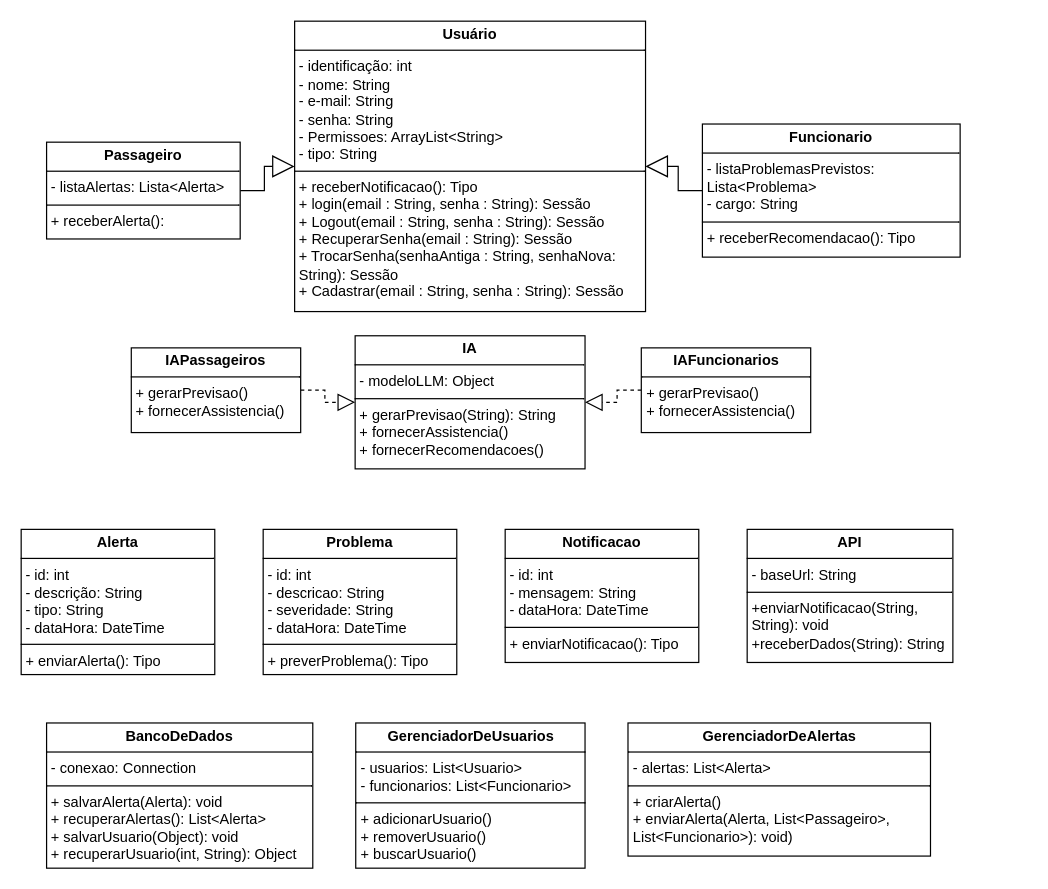
This is Sprint1.drawio from Bortolai/Sprint1-Java, a draw.io file, before an edit. Source tidied: cells renumbered, new cells numbered last; positions are measured from the earlier drawing's top-left corner, leaving out a move shared by most shapes. Both pictures are drawn from the tidied source at 121%, with x=0, y=0 at pixel (21, 21).
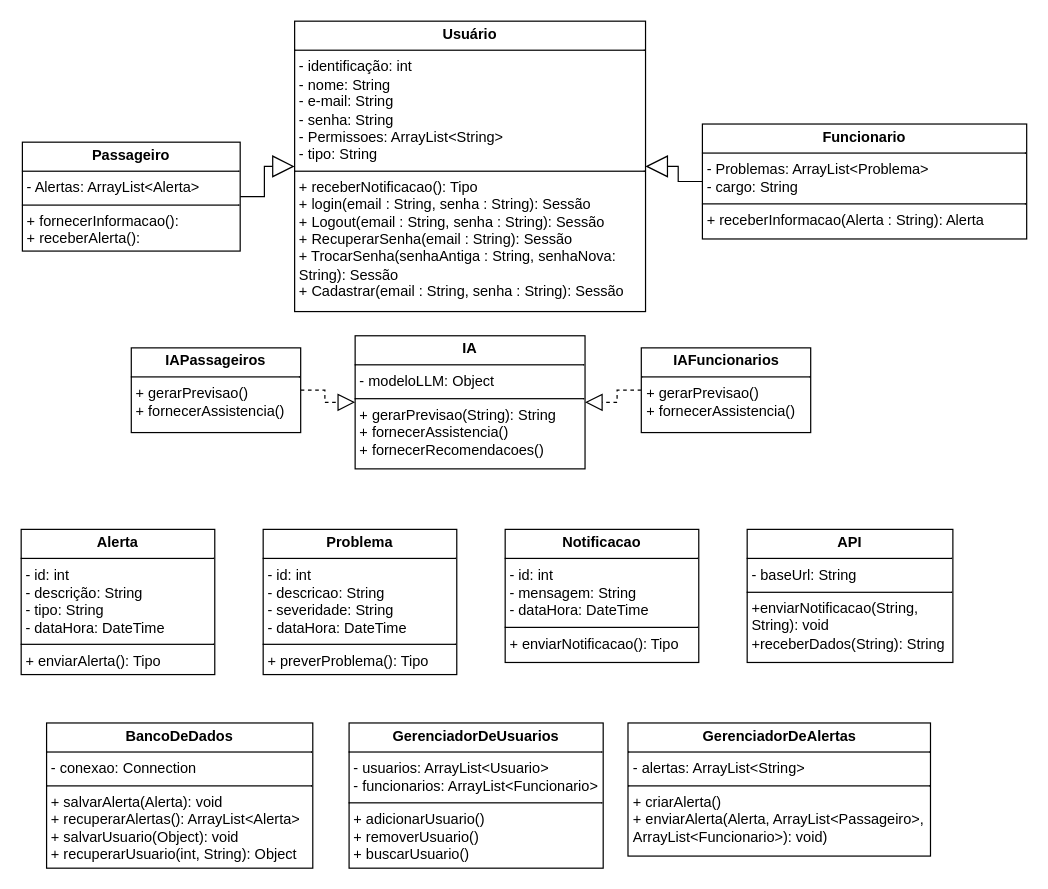
The same page after the edit.

The edit, as a diff of the source:
```diff
@@
 <mxGraphModel>
   <root>
     <mxCell id="0" />
     <mxCell id="1" parent="0" />
     <mxCell id="2" value="&lt;p style=&quot;margin:0px;margin-top:4px;text-align:center;&quot;&gt;&lt;b&gt;Usuário&lt;/b&gt;&lt;/p&gt;&lt;hr size=&quot;1&quot; style=&quot;border-style:solid;&quot;&gt;&lt;p style=&quot;margin:0px;margin-left:4px;&quot;&gt;- identificação: int&lt;/p&gt;&lt;p style=&quot;margin:0px;margin-left:4px;&quot;&gt;- nome: String&lt;/p&gt;&lt;p style=&quot;margin:0px;margin-left:4px;&quot;&gt;- e-mail: String&lt;/p&gt;&lt;p style=&quot;margin:0px;margin-left:4px;&quot;&gt;- senha: String&lt;/p&gt;&lt;p style=&quot;margin:0px;margin-left:4px;&quot;&gt;- Permissoes: ArrayList&amp;lt;String&amp;gt;&lt;/p&gt;&lt;p style=&quot;margin:0px;margin-left:4px;&quot;&gt;- tipo: String&lt;/p&gt;&lt;hr size=&quot;1&quot; style=&quot;border-style:solid;&quot;&gt;&lt;p style=&quot;margin:0px;margin-left:4px;&quot;&gt;+ receberNotificacao(): Tipo&lt;/p&gt;&lt;p style=&quot;margin:0px;margin-left:4px;&quot;&gt;+ login(email : String, senha : String): Sessão&lt;br/&gt;+ Logout(email : String, senha : String): Sessão&lt;br/&gt;+ RecuperarSenha(email : String): Sessão&lt;br/&gt;+ TrocarSenha(senhaAntiga : String, senhaNova:&lt;br/&gt;String): Sessão&lt;br/&gt;+ Cadastrar(email : String, senha : String): Sessão&lt;br&gt;&lt;/p&gt;" style="verticalAlign=top;align=left;overflow=fill;html=1;whiteSpace=wrap;" parent="1" vertex="1">
       <mxGeometry x="226" width="290" height="240" as="geometry" />
     </mxCell>
     <mxCell id="3" style="edgeStyle=orthogonalEdgeStyle;rounded=0;jettySize=auto;html=1;strokeColor=default;align=center;verticalAlign=middle;fontFamily=Helvetica;fontSize=11;fontColor=default;labelBackgroundColor=default;endArrow=block;endFill=0;endSize=16;" parent="1" edge="1" source="4" target="2">
       <mxGeometry relative="1" as="geometry" />
     </mxCell>
-    <mxCell id="4" value="&lt;p style=&quot;margin:0px;margin-top:4px;text-align:center;&quot;&gt;&lt;b&gt;Passageiro&lt;/b&gt;&lt;/p&gt;&lt;hr size=&quot;1&quot; style=&quot;border-style:solid;&quot;&gt;&lt;p style=&quot;margin:0px;margin-left:4px;&quot;&gt;- listaAlertas: Lista&amp;lt;Alerta&amp;gt;&lt;/p&gt;&lt;hr size=&quot;1&quot; style=&quot;border-style:solid;&quot;&gt;&lt;p style=&quot;margin:0px;margin-left:4px;&quot;&gt;+ receberAlerta():&amp;nbsp;&lt;/p&gt;" style="verticalAlign=top;align=left;overflow=fill;html=1;whiteSpace=wrap;" parent="1" vertex="1">
-      <mxGeometry x="21" y="100" width="160" height="80" as="geometry" />
+    <mxCell id="4" value="&lt;p style=&quot;margin:0px;margin-top:4px;text-align:center;&quot;&gt;&lt;b&gt;Passageiro&lt;/b&gt;&lt;/p&gt;&lt;hr size=&quot;1&quot; style=&quot;border-style:solid;&quot;&gt;&lt;p style=&quot;margin:0px;margin-left:4px;&quot;&gt;- Alertas: ArrayList&amp;lt;Alerta&amp;gt;&lt;/p&gt;&lt;hr size=&quot;1&quot; style=&quot;border-style:solid;&quot;&gt;&lt;p style=&quot;margin:0px;margin-left:4px;&quot;&gt;+ fornecerInformacao():&lt;/p&gt;&lt;p style=&quot;margin:0px;margin-left:4px;&quot;&gt;+ receberAlerta():&amp;nbsp;&lt;/p&gt;" style="verticalAlign=top;align=left;overflow=fill;html=1;whiteSpace=wrap;" parent="1" vertex="1">
+      <mxGeometry x="1" y="100" width="180" height="90" as="geometry" />
     </mxCell>
     <mxCell id="5" style="edgeStyle=orthogonalEdgeStyle;rounded=0;jettySize=auto;html=1;strokeColor=default;align=center;verticalAlign=middle;fontFamily=Helvetica;fontSize=11;fontColor=default;labelBackgroundColor=default;endArrow=block;endFill=0;endSize=16;" parent="1" edge="1" source="6" target="2">
       <mxGeometry relative="1" as="geometry" />
     </mxCell>
-    <mxCell id="6" value="&lt;p style=&quot;margin:0px;margin-top:4px;text-align:center;&quot;&gt;&lt;b&gt;Funcionario&lt;/b&gt;&lt;/p&gt;&lt;hr size=&quot;1&quot; style=&quot;border-style:solid;&quot;&gt;&lt;p style=&quot;margin:0px;margin-left:4px;&quot;&gt;- listaProblemasPrevistos: Lista&amp;lt;Problema&amp;gt;&lt;/p&gt;&lt;p style=&quot;margin:0px;margin-left:4px;&quot;&gt;- cargo: String&lt;/p&gt;&lt;hr size=&quot;1&quot; style=&quot;border-style:solid;&quot;&gt;&lt;p style=&quot;margin:0px;margin-left:4px;&quot;&gt;+ receberRecomendacao(): Tipo&lt;/p&gt;" style="verticalAlign=top;align=left;overflow=fill;html=1;whiteSpace=wrap;" parent="1" vertex="1">
-      <mxGeometry x="563" y="85" width="213" height="110" as="geometry" />
+    <mxCell id="6" value="&lt;p style=&quot;margin:0px;margin-top:4px;text-align:center;&quot;&gt;&lt;b&gt;Funcionario&lt;/b&gt;&lt;/p&gt;&lt;hr size=&quot;1&quot; style=&quot;border-style:solid;&quot;&gt;&lt;p style=&quot;margin:0px;margin-left:4px;&quot;&gt;- Problemas: ArrayList&amp;lt;Problema&amp;gt;&lt;/p&gt;&lt;p style=&quot;margin:0px;margin-left:4px;&quot;&gt;- cargo: String&lt;/p&gt;&lt;hr size=&quot;1&quot; style=&quot;border-style:solid;&quot;&gt;&lt;p style=&quot;margin:0px;margin-left:4px;&quot;&gt;+ receberInformacao(Alerta : String): Alerta&lt;/p&gt;" style="verticalAlign=top;align=left;overflow=fill;html=1;whiteSpace=wrap;" parent="1" vertex="1">
+      <mxGeometry x="563" y="85" width="268" height="95" as="geometry" />
     </mxCell>
     <mxCell id="7" value="&lt;p style=&quot;margin:0px;margin-top:4px;text-align:center;&quot;&gt;&lt;b&gt;Alerta&lt;/b&gt;&lt;/p&gt;&lt;hr size=&quot;1&quot; style=&quot;border-style:solid;&quot;&gt;&lt;p style=&quot;margin:0px;margin-left:4px;&quot;&gt;- id: int&lt;/p&gt;&lt;p style=&quot;margin:0px;margin-left:4px;&quot;&gt;- descrição: String&lt;/p&gt;&lt;p style=&quot;margin:0px;margin-left:4px;&quot;&gt;- tipo: String&lt;/p&gt;&lt;p style=&quot;margin:0px;margin-left:4px;&quot;&gt;- dataHora: DateTime&lt;/p&gt;&lt;hr size=&quot;1&quot; style=&quot;border-style:solid;&quot;&gt;&lt;p style=&quot;margin:0px;margin-left:4px;&quot;&gt;+ enviarAlerta(): Tipo&lt;/p&gt;" style="verticalAlign=top;align=left;overflow=fill;html=1;whiteSpace=wrap;" parent="1" vertex="1">
       <mxGeometry y="420" width="160" height="120" as="geometry" />
     </mxCell>
     <mxCell id="8" value="&lt;p style=&quot;margin:0px;margin-top:4px;text-align:center;&quot;&gt;&lt;b&gt;Problema&lt;/b&gt;&lt;/p&gt;&lt;hr size=&quot;1&quot; style=&quot;border-style:solid;&quot;&gt;&lt;p style=&quot;margin:0px;margin-left:4px;&quot;&gt;- id: int&lt;/p&gt;&lt;p style=&quot;margin:0px;margin-left:4px;&quot;&gt;- descricao: String&lt;/p&gt;&lt;p style=&quot;margin:0px;margin-left:4px;&quot;&gt;- severidade: String&lt;/p&gt;&lt;p style=&quot;margin:0px;margin-left:4px;&quot;&gt;- dataHora: DateTime&lt;/p&gt;&lt;hr size=&quot;1&quot; style=&quot;border-style:solid;&quot;&gt;&lt;p style=&quot;margin:0px;margin-left:4px;&quot;&gt;+ preverProblema(): Tipo&lt;/p&gt;" style="verticalAlign=top;align=left;overflow=fill;html=1;whiteSpace=wrap;" parent="1" vertex="1">
       <mxGeometry x="200" y="420" width="160" height="120" as="geometry" />
     </mxCell>
     <mxCell id="9" value="&lt;p style=&quot;margin:0px;margin-top:4px;text-align:center;&quot;&gt;&lt;b&gt;Notificacao&lt;/b&gt;&lt;/p&gt;&lt;hr size=&quot;1&quot; style=&quot;border-style:solid;&quot;&gt;&lt;p style=&quot;margin:0px;margin-left:4px;&quot;&gt;- id: int&lt;/p&gt;&lt;p style=&quot;margin:0px;margin-left:4px;&quot;&gt;- mensagem: String&lt;/p&gt;&lt;p style=&quot;margin:0px;margin-left:4px;&quot;&gt;- dataHora: DateTime&lt;/p&gt;&lt;hr size=&quot;1&quot; style=&quot;border-style:solid;&quot;&gt;&lt;p style=&quot;margin:0px;margin-left:4px;&quot;&gt;+ enviarNotificacao(): Tipo&lt;/p&gt;" style="verticalAlign=top;align=left;overflow=fill;html=1;whiteSpace=wrap;" parent="1" vertex="1">
       <mxGeometry x="400" y="420" width="160" height="110" as="geometry" />
     </mxCell>
     <mxCell id="10" style="edgeStyle=orthogonalEdgeStyle;rounded=0;jettySize=auto;html=1;endSize=12;dashed=1;endArrow=block;endFill=0;strokeColor=default;align=center;verticalAlign=middle;fontFamily=Helvetica;fontSize=11;fontColor=default;labelBackgroundColor=default;" parent="1" edge="1" source="11" target="15">
       <mxGeometry relative="1" as="geometry" />
     </mxCell>
     <mxCell id="11" value="&lt;p style=&quot;margin:0px;margin-top:4px;text-align:center;&quot;&gt;&lt;b&gt;IAPassageiros&lt;/b&gt;&lt;/p&gt;&lt;hr size=&quot;1&quot; style=&quot;border-style:solid;&quot;&gt;&lt;p style=&quot;margin:0px;margin-left:4px;&quot;&gt;+ gerarPrevisao()&lt;/p&gt;&lt;p style=&quot;margin:0px;margin-left:4px;&quot;&gt;+ fornecerAssistencia()&lt;/p&gt;" style="verticalAlign=top;align=left;overflow=fill;html=1;whiteSpace=wrap;" parent="1" vertex="1">
       <mxGeometry x="91" y="270" width="140" height="70" as="geometry" />
     </mxCell>
     <mxCell id="12" style="edgeStyle=orthogonalEdgeStyle;rounded=0;jettySize=auto;html=1;endSize=12;dashed=1;endArrow=block;endFill=0;strokeColor=default;align=center;verticalAlign=middle;fontFamily=Helvetica;fontSize=11;fontColor=default;labelBackgroundColor=default;" parent="1" edge="1" source="13" target="15">
       <mxGeometry relative="1" as="geometry" />
     </mxCell>
     <mxCell id="13" value="&lt;p style=&quot;margin:0px;margin-top:4px;text-align:center;&quot;&gt;&lt;b&gt;IAFuncionarios&lt;/b&gt;&lt;/p&gt;&lt;hr size=&quot;1&quot; style=&quot;border-style:solid;&quot;&gt;&lt;p style=&quot;margin:0px;margin-left:4px;&quot;&gt;+ gerarPrevisao()&lt;/p&gt;&lt;p style=&quot;margin:0px;margin-left:4px;&quot;&gt;+ fornecerAssistencia()&lt;/p&gt;" style="verticalAlign=top;align=left;overflow=fill;html=1;whiteSpace=wrap;" parent="1" vertex="1">
       <mxGeometry x="512.5" y="270" width="140" height="70" as="geometry" />
     </mxCell>
-    <mxCell id="14" value="&lt;p style=&quot;margin:0px;margin-top:4px;text-align:center;&quot;&gt;&lt;b&gt;BancoDeDados&lt;/b&gt;&lt;/p&gt;&lt;hr size=&quot;1&quot; style=&quot;border-style:solid;&quot;&gt;&lt;p style=&quot;margin:0px;margin-left:4px;&quot;&gt;- conexao: Connection&lt;/p&gt;&lt;hr size=&quot;1&quot; style=&quot;border-style:solid;&quot;&gt;&lt;p style=&quot;margin:0px;margin-left:4px;&quot;&gt;+ salvarAlerta(Alerta): void&lt;br&gt;&lt;/p&gt;&lt;p style=&quot;margin:0px;margin-left:4px;&quot;&gt;+ recuperarAlertas(): List&amp;lt;Alerta&amp;gt;&lt;br&gt;&lt;/p&gt;&lt;p style=&quot;margin:0px;margin-left:4px;&quot;&gt;+ salvarUsuario(Object): void&lt;br&gt;&lt;/p&gt;&lt;p style=&quot;margin:0px;margin-left:4px;&quot;&gt;+ recuperarUsuario(int, String): Object&lt;br&gt;&lt;/p&gt;" style="verticalAlign=top;align=left;overflow=fill;html=1;whiteSpace=wrap;" parent="1" vertex="1">
+    <mxCell id="14" value="&lt;p style=&quot;margin:0px;margin-top:4px;text-align:center;&quot;&gt;&lt;b&gt;BancoDeDados&lt;/b&gt;&lt;/p&gt;&lt;hr size=&quot;1&quot; style=&quot;border-style:solid;&quot;&gt;&lt;p style=&quot;margin:0px;margin-left:4px;&quot;&gt;- conexao: Connection&lt;/p&gt;&lt;hr size=&quot;1&quot; style=&quot;border-style:solid;&quot;&gt;&lt;p style=&quot;margin:0px;margin-left:4px;&quot;&gt;+ salvarAlerta(Alerta): void&lt;br&gt;&lt;/p&gt;&lt;p style=&quot;margin:0px;margin-left:4px;&quot;&gt;+ recuperarAlertas(): ArrayList&amp;lt;Alerta&amp;gt;&lt;br&gt;&lt;/p&gt;&lt;p style=&quot;margin:0px;margin-left:4px;&quot;&gt;+ salvarUsuario(Object): void&lt;br&gt;&lt;/p&gt;&lt;p style=&quot;margin:0px;margin-left:4px;&quot;&gt;+ recuperarUsuario(int, String): Object&lt;br&gt;&lt;/p&gt;" style="verticalAlign=top;align=left;overflow=fill;html=1;whiteSpace=wrap;" parent="1" vertex="1">
       <mxGeometry x="21" y="580" width="220" height="120" as="geometry" />
     </mxCell>
-    <mxCell id="15" value="&lt;p style=&quot;margin:0px;margin-top:4px;text-align:center;&quot;&gt;&lt;b&gt;IA&lt;/b&gt;&lt;/p&gt;&lt;hr size=&quot;1&quot; style=&quot;border-style:solid;&quot;&gt;&lt;p style=&quot;margin:0px;margin-left:4px;&quot;&gt;- modeloLLM: Object&lt;br&gt;&lt;/p&gt;&lt;hr size=&quot;1&quot; style=&quot;border-style:solid;&quot;&gt;&lt;p style=&quot;margin: 0px 0px 0px 4px;&quot;&gt;+ gerarPrevisao(String): String&lt;br&gt;+ fornecerAssistencia()&lt;/p&gt;&lt;p style=&quot;margin: 0px 0px 0px 4px;&quot;&gt;+ fornecerRecomendacoes()&lt;/p&gt;" style="verticalAlign=top;align=left;overflow=fill;html=1;whiteSpace=wrap;" parent="1" vertex="1">
+    <mxCell id="15" value="&lt;p style=&quot;margin:0px;margin-top:4px;text-align:center;&quot;&gt;&lt;b&gt;IA&lt;/b&gt;&lt;/p&gt;&lt;hr size=&quot;1&quot; style=&quot;border-style:solid;&quot;&gt;&lt;p style=&quot;margin:0px;margin-left:4px;&quot;&gt;- modeloLLM: Object&lt;br&gt;&lt;/p&gt;&lt;hr size=&quot;1&quot; style=&quot;border-style:solid;&quot;&gt;&lt;p style=&quot;margin: 0px 0px 0px 4px;&quot;&gt;+ gerarPrevisao(String): String&lt;br&gt;+ fornecerAssistencia()&lt;/p&gt;&lt;p style=&quot;margin: 0px 0px 0px 4px;&quot;&gt;+ fornecerRecomendacoes()&lt;/p&gt;" style="verticalAlign=top;align=left;overflow=fill;html=1;whiteSpace=wrap;fillColor=none;" parent="1" vertex="1">
       <mxGeometry x="276" y="260" width="190" height="110" as="geometry" />
     </mxCell>
     <mxCell id="16" value="&lt;p style=&quot;margin:0px;margin-top:4px;text-align:center;&quot;&gt;&lt;b&gt;API&lt;/b&gt;&lt;/p&gt;&lt;hr size=&quot;1&quot; style=&quot;border-style:solid;&quot;&gt;&lt;p style=&quot;margin:0px;margin-left:4px;&quot;&gt;- baseUrl: String&lt;br&gt;&lt;/p&gt;&lt;hr size=&quot;1&quot; style=&quot;border-style:solid;&quot;&gt;&lt;p style=&quot;margin:0px;margin-left:4px;&quot;&gt;+enviarNotificacao(String, String): void&lt;br&gt;&lt;/p&gt;&lt;p style=&quot;margin:0px;margin-left:4px;&quot;&gt;+receberDados(String): String&lt;br&gt;&lt;/p&gt;" style="verticalAlign=top;align=left;overflow=fill;html=1;whiteSpace=wrap;" parent="1" vertex="1">
       <mxGeometry x="600" y="420" width="170" height="110" as="geometry" />
     </mxCell>
-    <mxCell id="17" value="&lt;p style=&quot;margin:0px;margin-top:4px;text-align:center;&quot;&gt;&lt;b&gt;GerenciadorDeAlertas&lt;/b&gt;&lt;br&gt;&lt;/p&gt;&lt;hr size=&quot;1&quot; style=&quot;border-style:solid;&quot;&gt;&lt;p style=&quot;margin:0px;margin-left:4px;&quot;&gt;- alertas: List&amp;lt;Alerta&amp;gt;&lt;br&gt;&lt;/p&gt;&lt;hr size=&quot;1&quot; style=&quot;border-style:solid;&quot;&gt;&lt;p style=&quot;margin: 0px 0px 0px 4px;&quot;&gt;+ criarAlerta()&lt;/p&gt;&lt;p style=&quot;margin: 0px 0px 0px 4px;&quot;&gt;+ enviarAlerta(Alerta, List&amp;lt;Passageiro&amp;gt;, List&amp;lt;Funcionario&amp;gt;): void)&lt;/p&gt;" style="verticalAlign=top;align=left;overflow=fill;html=1;whiteSpace=wrap;" parent="1" vertex="1">
+    <mxCell id="17" value="&lt;p style=&quot;margin:0px;margin-top:4px;text-align:center;&quot;&gt;&lt;b&gt;GerenciadorDeAlertas&lt;/b&gt;&lt;br&gt;&lt;/p&gt;&lt;hr size=&quot;1&quot; style=&quot;border-style:solid;&quot;&gt;&lt;p style=&quot;margin:0px;margin-left:4px;&quot;&gt;- alertas: ArrayList&amp;lt;String&amp;gt;&lt;br&gt;&lt;/p&gt;&lt;hr size=&quot;1&quot; style=&quot;border-style:solid;&quot;&gt;&lt;p style=&quot;margin: 0px 0px 0px 4px;&quot;&gt;+ criarAlerta()&lt;/p&gt;&lt;p style=&quot;margin: 0px 0px 0px 4px;&quot;&gt;+ enviarAlerta(Alerta, ArrayList&amp;lt;Passageiro&amp;gt;, ArrayList&amp;lt;Funcionario&amp;gt;): void)&lt;/p&gt;" style="verticalAlign=top;align=left;overflow=fill;html=1;whiteSpace=wrap;" parent="1" vertex="1">
       <mxGeometry x="501.5" y="580" width="250" height="110" as="geometry" />
     </mxCell>
-    <mxCell id="18" value="&lt;p style=&quot;margin:0px;margin-top:4px;text-align:center;&quot;&gt;&lt;b&gt;GerenciadorDeUsuarios&lt;/b&gt;&lt;br&gt;&lt;/p&gt;&lt;hr size=&quot;1&quot; style=&quot;border-style:solid;&quot;&gt;&lt;p style=&quot;margin:0px;margin-left:4px;&quot;&gt;- usuarios: List&amp;lt;Usuario&amp;gt;&lt;br&gt;&lt;/p&gt;&lt;p style=&quot;margin:0px;margin-left:4px;&quot;&gt;- funcionarios: List&amp;lt;Funcionario&amp;gt;&lt;/p&gt;&lt;hr size=&quot;1&quot; style=&quot;border-style:solid;&quot;&gt;&lt;p style=&quot;margin: 0px 0px 0px 4px;&quot;&gt;+ adicionarUsuario()&lt;/p&gt;&lt;p style=&quot;margin: 0px 0px 0px 4px;&quot;&gt;+ removerUsuario()&lt;/p&gt;&lt;p style=&quot;margin: 0px 0px 0px 4px;&quot;&gt;+ buscarUsuario()&lt;/p&gt;" style="verticalAlign=top;align=left;overflow=fill;html=1;whiteSpace=wrap;" parent="1" vertex="1">
-      <mxGeometry x="276.5" y="580" width="189.5" height="120" as="geometry" />
+    <mxCell id="18" value="&lt;p style=&quot;margin:0px;margin-top:4px;text-align:center;&quot;&gt;&lt;b&gt;GerenciadorDeUsuarios&lt;/b&gt;&lt;br&gt;&lt;/p&gt;&lt;hr size=&quot;1&quot; style=&quot;border-style:solid;&quot;&gt;&lt;p style=&quot;margin:0px;margin-left:4px;&quot;&gt;- usuarios: ArrayList&amp;lt;Usuario&amp;gt;&lt;br&gt;&lt;/p&gt;&lt;p style=&quot;margin:0px;margin-left:4px;&quot;&gt;- funcionarios: ArrayList&amp;lt;Funcionario&amp;gt;&lt;/p&gt;&lt;hr size=&quot;1&quot; style=&quot;border-style:solid;&quot;&gt;&lt;p style=&quot;margin: 0px 0px 0px 4px;&quot;&gt;+ adicionarUsuario()&lt;/p&gt;&lt;p style=&quot;margin: 0px 0px 0px 4px;&quot;&gt;+ removerUsuario()&lt;/p&gt;&lt;p style=&quot;margin: 0px 0px 0px 4px;&quot;&gt;+ buscarUsuario()&lt;/p&gt;" style="verticalAlign=top;align=left;overflow=fill;html=1;whiteSpace=wrap;" parent="1" vertex="1">
+      <mxGeometry x="271" y="580" width="210" height="120" as="geometry" />
     </mxCell>
   </root>
 </mxGraphModel>
```
